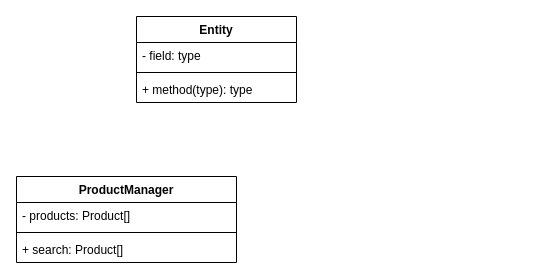
Earlier version of the draw.io diagram page "class" (1 of 2) of Untitled Diagram.drawio (team-502/diagrams). Source tidied: cells renumbered, new cells numbered last; positions are measured from the earlier drawing's top-left corner, leaving out a move shared by most shapes. Both pictures are drawn from the tidied source at 100%, with x=0, y=0 at pixel (16, 16).
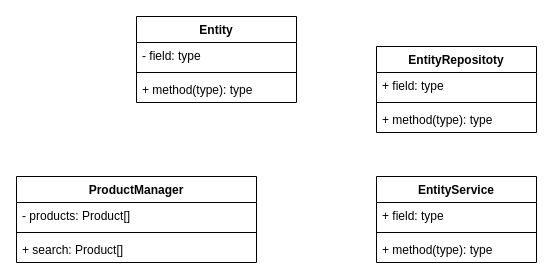
The same diagram, later.

Diff of the diagram source:
```diff
@@
 <mxGraphModel>
   <root>
     <mxCell id="0" />
     <mxCell id="1" parent="0" />
     <mxCell id="2" value="Entity" style="swimlane;fontStyle=1;align=center;verticalAlign=top;horizontal=1;startSize=26;" parent="1" vertex="1">
       <mxGeometry x="120" width="160" height="86" as="geometry" />
     </mxCell>
     <mxCell id="3" value="- field: type" style="text;strokeColor=none;fillColor=none;align=left;verticalAlign=top;spacingLeft=4;spacingRight=4;overflow=hidden;" parent="2" vertex="1">
       <mxGeometry y="26" width="160" height="26" as="geometry" />
     </mxCell>
     <mxCell id="4" style="line;strokeWidth=1;fillColor=none;align=left;verticalAlign=middle;spacingTop=-1;spacingLeft=3;spacingRight=3;labelPosition=right;strokeColor=inherit;" parent="2" vertex="1">
       <mxGeometry y="52" width="160" height="8" as="geometry" />
     </mxCell>
     <mxCell id="5" value="+ method(type): type" style="text;strokeColor=none;fillColor=none;align=left;verticalAlign=top;spacingLeft=4;spacingRight=4;overflow=hidden;" parent="2" vertex="1">
       <mxGeometry y="60" width="160" height="26" as="geometry" />
     </mxCell>
     <mxCell id="6" value="ProductManager" style="swimlane;fontStyle=1;align=center;verticalAlign=top;horizontal=1;startSize=26;" parent="1" vertex="1">
-      <mxGeometry y="160" width="220" height="86" as="geometry" />
+      <mxGeometry y="160" width="240" height="86" as="geometry" />
     </mxCell>
     <mxCell id="7" value="- products: Product[]" style="text;strokeColor=none;fillColor=none;align=left;verticalAlign=top;spacingLeft=4;spacingRight=4;overflow=hidden;" parent="6" vertex="1">
-      <mxGeometry y="26" width="220" height="26" as="geometry" />
+      <mxGeometry y="26" width="240" height="26" as="geometry" />
     </mxCell>
     <mxCell id="8" style="line;strokeWidth=1;fillColor=none;align=left;verticalAlign=middle;spacingTop=-1;spacingLeft=3;spacingRight=3;labelPosition=right;strokeColor=inherit;" parent="6" vertex="1">
-      <mxGeometry y="52" width="220" height="8" as="geometry" />
+      <mxGeometry y="52" width="240" height="8" as="geometry" />
     </mxCell>
     <mxCell id="9" value="+ search: Product[]" style="text;strokeColor=none;fillColor=none;align=left;verticalAlign=top;spacingLeft=4;spacingRight=4;overflow=hidden;" parent="6" vertex="1">
-      <mxGeometry y="60" width="220" height="26" as="geometry" />
+      <mxGeometry y="60" width="240" height="26" as="geometry" />
     </mxCell>
+    <mxCell id="10" value="EntityService" style="swimlane;fontStyle=1;align=center;verticalAlign=top;horizontal=1;startSize=26;" parent="1" vertex="1">
+      <mxGeometry x="360" y="160" width="160" height="86" as="geometry" />
+    </mxCell>
+    <mxCell id="11" value="+ field: type" style="text;strokeColor=none;fillColor=none;align=left;verticalAlign=top;spacingLeft=4;spacingRight=4;overflow=hidden;" parent="10" vertex="1">
+      <mxGeometry y="26" width="160" height="26" as="geometry" />
+    </mxCell>
+    <mxCell id="12" style="line;strokeWidth=1;fillColor=none;align=left;verticalAlign=middle;spacingTop=-1;spacingLeft=3;spacingRight=3;labelPosition=right;strokeColor=inherit;" parent="10" vertex="1">
+      <mxGeometry y="52" width="160" height="8" as="geometry" />
+    </mxCell>
+    <mxCell id="13" value="+ method(type): type" style="text;strokeColor=none;fillColor=none;align=left;verticalAlign=top;spacingLeft=4;spacingRight=4;overflow=hidden;" parent="10" vertex="1">
+      <mxGeometry y="60" width="160" height="26" as="geometry" />
+    </mxCell>
+    <mxCell id="14" value="EntityRepositoty" style="swimlane;fontStyle=1;align=center;verticalAlign=top;horizontal=1;startSize=26;" parent="1" vertex="1">
+      <mxGeometry x="360" y="30" width="160" height="86" as="geometry" />
+    </mxCell>
+    <mxCell id="15" value="+ field: type" style="text;strokeColor=none;fillColor=none;align=left;verticalAlign=top;spacingLeft=4;spacingRight=4;overflow=hidden;" parent="14" vertex="1">
+      <mxGeometry y="26" width="160" height="26" as="geometry" />
+    </mxCell>
+    <mxCell id="16" style="line;strokeWidth=1;fillColor=none;align=left;verticalAlign=middle;spacingTop=-1;spacingLeft=3;spacingRight=3;labelPosition=right;strokeColor=inherit;" parent="14" vertex="1">
+      <mxGeometry y="52" width="160" height="8" as="geometry" />
+    </mxCell>
+    <mxCell id="17" value="+ method(type): type" style="text;strokeColor=none;fillColor=none;align=left;verticalAlign=top;spacingLeft=4;spacingRight=4;overflow=hidden;" parent="14" vertex="1">
+      <mxGeometry y="60" width="160" height="26" as="geometry" />
+    </mxCell>
   </root>
 </mxGraphModel>
```
